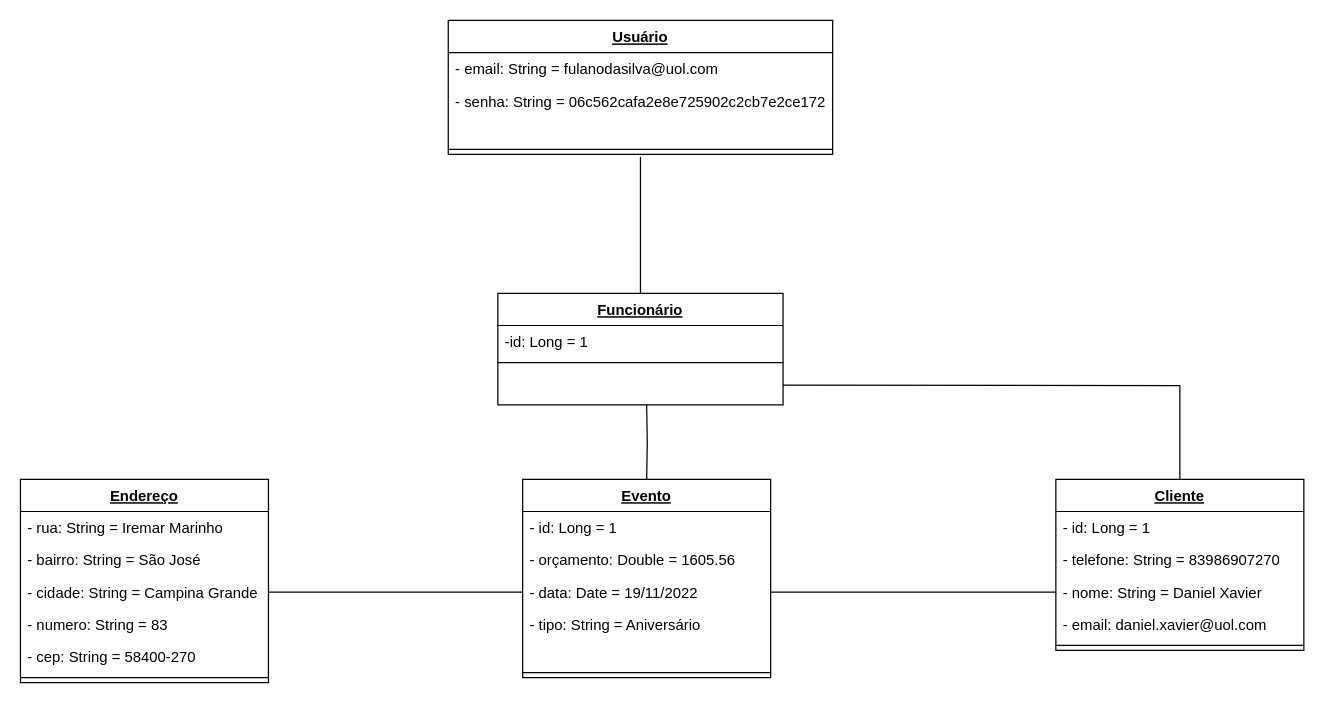
Before: 4° Período/Análise e Projeto de Sistemas (Janderson)/Atividade 03/Diagrama de Objetos.drawio in lucaslucenak/cc-UEPB, a draw.io diagram. Source tidied: cells renumbered, new cells numbered last; positions are measured from the earlier drawing's top-left corner, leaving out a move shared by most shapes. Both pictures are drawn from the tidied source at 124%, with x=0, y=0 at pixel (20, 20).
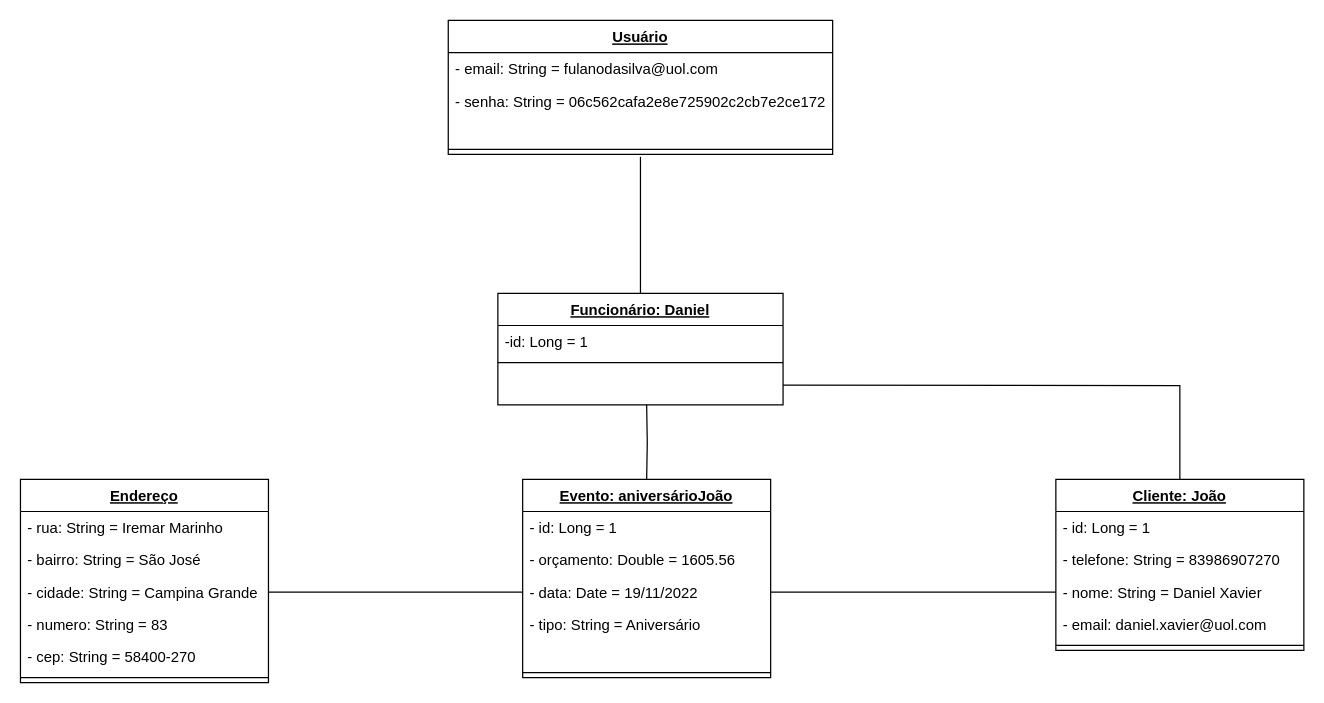
After the change.

Commit message (it also covers changes not shown here):
updated diagrama de objestos

What changed in the source:
```diff
@@
-    <mxCell id="7" value="Evento" style="swimlane;fontStyle=5;align=center;verticalAlign=top;horizontal=1;startSize=26;" parent="1" vertex="1">
+    <mxCell id="7" value="Evento: aniversárioJoão" style="swimlane;fontStyle=5;align=center;verticalAlign=top;horizontal=1;startSize=26;" parent="1" vertex="1">
       <mxGeometry x="405" y="370" width="200" height="160" as="geometry" />
     </mxCell>
@@
-    <mxCell id="21" value="Cliente" style="swimlane;fontStyle=5;align=center;verticalAlign=top;horizontal=1;startSize=26;" parent="1" vertex="1">
+    <mxCell id="21" value="Cliente: João" style="swimlane;fontStyle=5;align=center;verticalAlign=top;horizontal=1;startSize=26;" parent="1" vertex="1">
       <mxGeometry x="835" y="370" width="200" height="138" as="geometry" />
     </mxCell>
@@
-    <mxCell id="29" value="Funcionário" style="swimlane;fontStyle=5;align=center;verticalAlign=top;horizontal=1;startSize=26;rounded=0;shadow=0;strokeWidth=1;" parent="1" vertex="1">
+    <mxCell id="29" value="Funcionário: Daniel" style="swimlane;fontStyle=5;align=center;verticalAlign=top;horizontal=1;startSize=26;rounded=0;shadow=0;strokeWidth=1;" parent="1" vertex="1">
       <mxGeometry x="385" y="220" width="230" height="90" as="geometry" />
     </mxCell>
```
